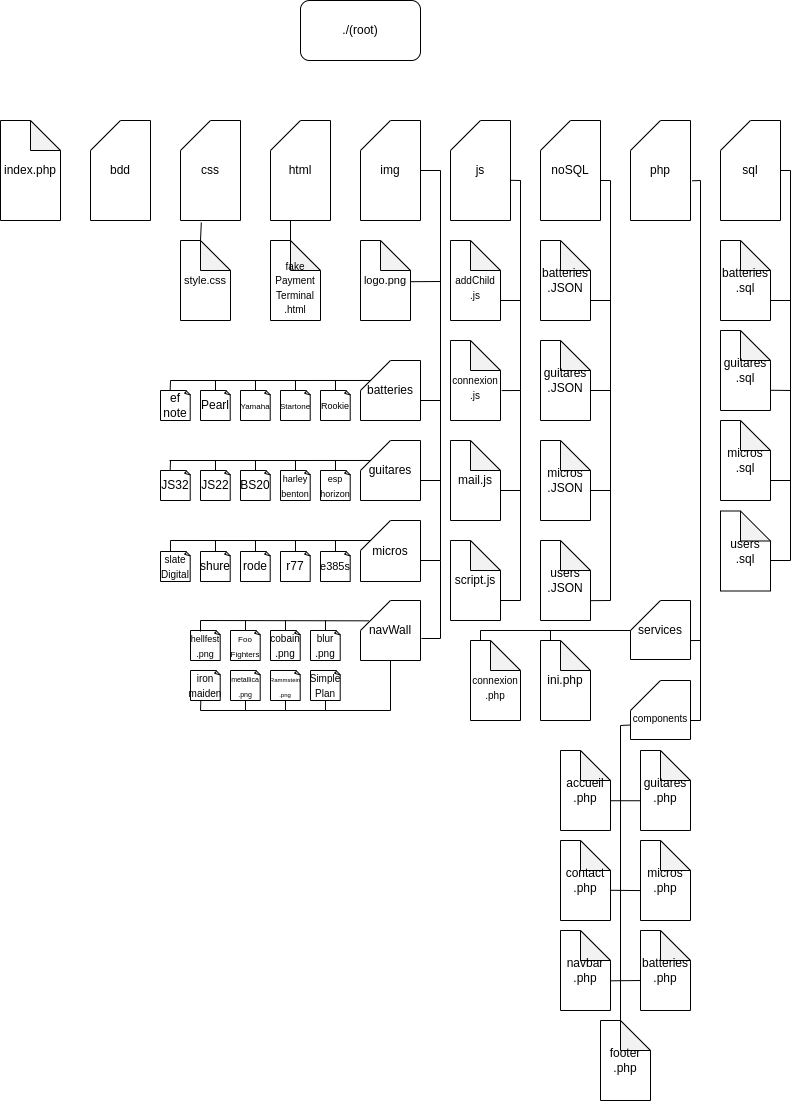
Above: archi.png in maximeabade/headbangpau-deployed (draw.io), before the change. Source tidied: cells renumbered, new cells last; positions are measured from the earlier drawing's top-left corner, leaving out a move shared by most shapes.
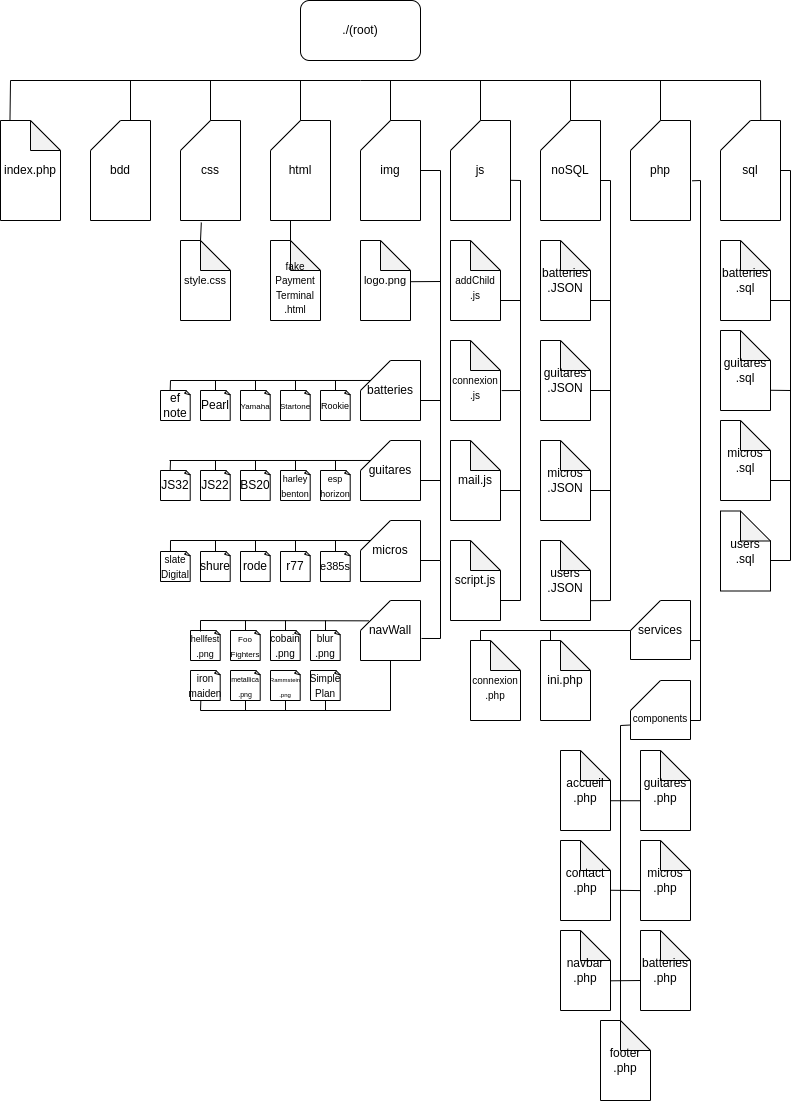
The same diagram one commit later.

Commit message:
Mettre à jour archi.png

Change to the diagram source:
```diff
@@ -528,5 +528,60 @@
         <mxPoint x="640" y="980" as="targetPoint" />
       </mxGeometry>
     </mxCell>
+    <mxCell id="125" style="endArrow=none;html=1;rounded=0;" parent="1" edge="1">
+      <mxGeometry relative="1" as="geometry">
+        <mxPoint x="10" y="80" as="sourcePoint" />
+        <mxPoint x="760" y="80" as="targetPoint" />
+        <Array as="points">
+          <mxPoint x="360" y="80" />
+        </Array>
+      </mxGeometry>
+    </mxCell>
+    <mxCell id="126" style="endArrow=none;html=1;rounded=0;exitX=0.158;exitY=-0.005;exitDx=0;exitDy=0;exitPerimeter=0;" parent="1" edge="1" source="3">
+      <mxGeometry relative="1" as="geometry">
+        <mxPoint x="10" y="80" as="targetPoint" />
+      </mxGeometry>
+    </mxCell>
+    <mxCell id="127" style="endArrow=none;html=1;rounded=0;" parent="1" edge="1">
+      <mxGeometry relative="1" as="geometry">
+        <mxPoint x="130" y="120" as="sourcePoint" />
+        <mxPoint x="130" y="80" as="targetPoint" />
+      </mxGeometry>
+    </mxCell>
+    <mxCell id="128" style="endArrow=none;html=1;rounded=0;exitX=0;exitY=0;exitDx=30;exitDy=0;exitPerimeter=0;" parent="1" edge="1" source="6">
+      <mxGeometry relative="1" as="geometry">
+        <mxPoint x="210" y="80" as="targetPoint" />
+      </mxGeometry>
+    </mxCell>
+    <mxCell id="129" style="endArrow=none;html=1;rounded=0;exitX=0;exitY=0;exitDx=30;exitDy=0;exitPerimeter=0;" parent="1" edge="1" source="4">
+      <mxGeometry relative="1" as="geometry">
+        <mxPoint x="300" y="80" as="targetPoint" />
+      </mxGeometry>
+    </mxCell>
+    <mxCell id="130" style="endArrow=none;html=1;rounded=0;entryX=0;entryY=0;entryDx=30;entryDy=0;entryPerimeter=0;" parent="1" edge="1" target="8">
+      <mxGeometry relative="1" as="geometry">
+        <mxPoint x="390" y="80" as="sourcePoint" />
+      </mxGeometry>
+    </mxCell>
+    <mxCell id="131" style="endArrow=none;html=1;rounded=0;entryX=0;entryY=0;entryDx=30;entryDy=0;entryPerimeter=0;" parent="1" edge="1" target="9">
+      <mxGeometry relative="1" as="geometry">
+        <mxPoint x="480" y="80" as="sourcePoint" />
+      </mxGeometry>
+    </mxCell>
+    <mxCell id="132" style="endArrow=none;html=1;rounded=0;exitX=0;exitY=0;exitDx=30;exitDy=0;exitPerimeter=0;" parent="1" edge="1" source="10">
+      <mxGeometry relative="1" as="geometry">
+        <mxPoint x="570" y="80" as="targetPoint" />
+      </mxGeometry>
+    </mxCell>
+    <mxCell id="133" style="endArrow=none;html=1;rounded=0;exitX=0;exitY=0;exitDx=30;exitDy=0;exitPerimeter=0;" parent="1" edge="1" source="11">
+      <mxGeometry relative="1" as="geometry">
+        <mxPoint x="660" y="80" as="targetPoint" />
+      </mxGeometry>
+    </mxCell>
+    <mxCell id="134" style="endArrow=none;html=1;rounded=0;exitX=0.67;exitY=0.004;exitDx=0;exitDy=0;exitPerimeter=0;" parent="1" edge="1" source="7">
+      <mxGeometry relative="1" as="geometry">
+        <mxPoint x="760" y="80" as="targetPoint" />
+      </mxGeometry>
+    </mxCell>
   </root>
 </mxGraphModel>
```
